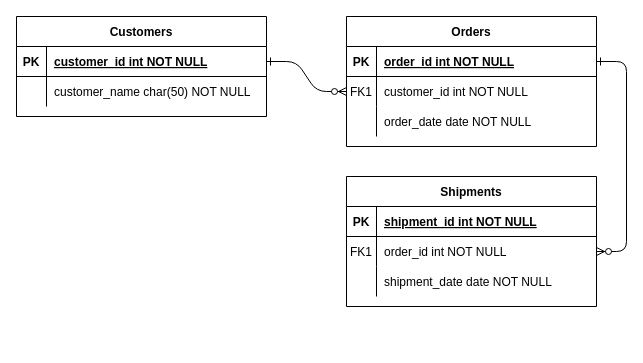
This is Diagrama sin título.drawio from CyberSutro/Aprendiendo-con-Pancho, a draw.io file, before an edit. Source tidied: cells renumbered, new cells numbered last; positions are measured from the earlier drawing's top-left corner, leaving out a move shared by most shapes. Both pictures are drawn from the tidied source at 100%, with x=0, y=0 at pixel (16, 16).
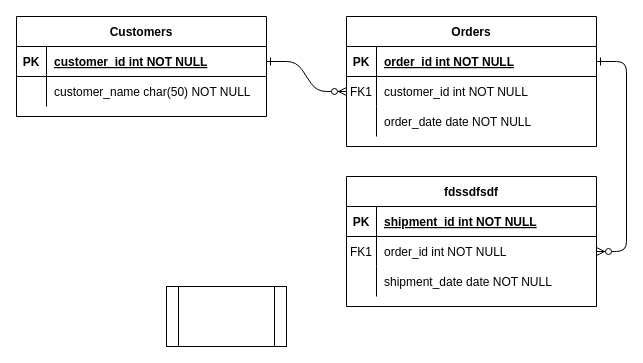
The same page after the edit.

The edit, as a diff of the source:
```diff
@@
-    <mxCell id="14" value="Shipments" style="shape=table;startSize=30;childLayout=tableLayout;rowLines=0;fontStyle=1;align=center;" parent="1" vertex="1">
+    <mxCell id="14" value="fdssdfsdf" style="shape=table;startSize=30;childLayout=tableLayout;rowLines=0;fontStyle=1;align=center;" parent="1" vertex="1">
       <mxGeometry x="330" y="160" width="250" height="130" as="geometry" />
     </mxCell>
@@
+    <mxCell id="31" style="shape=process;whiteSpace=wrap;html=1;backgroundOutline=1;" parent="1" vertex="1">
+      <mxGeometry x="150" y="270" width="120" height="60" as="geometry" />
+    </mxCell>
```
